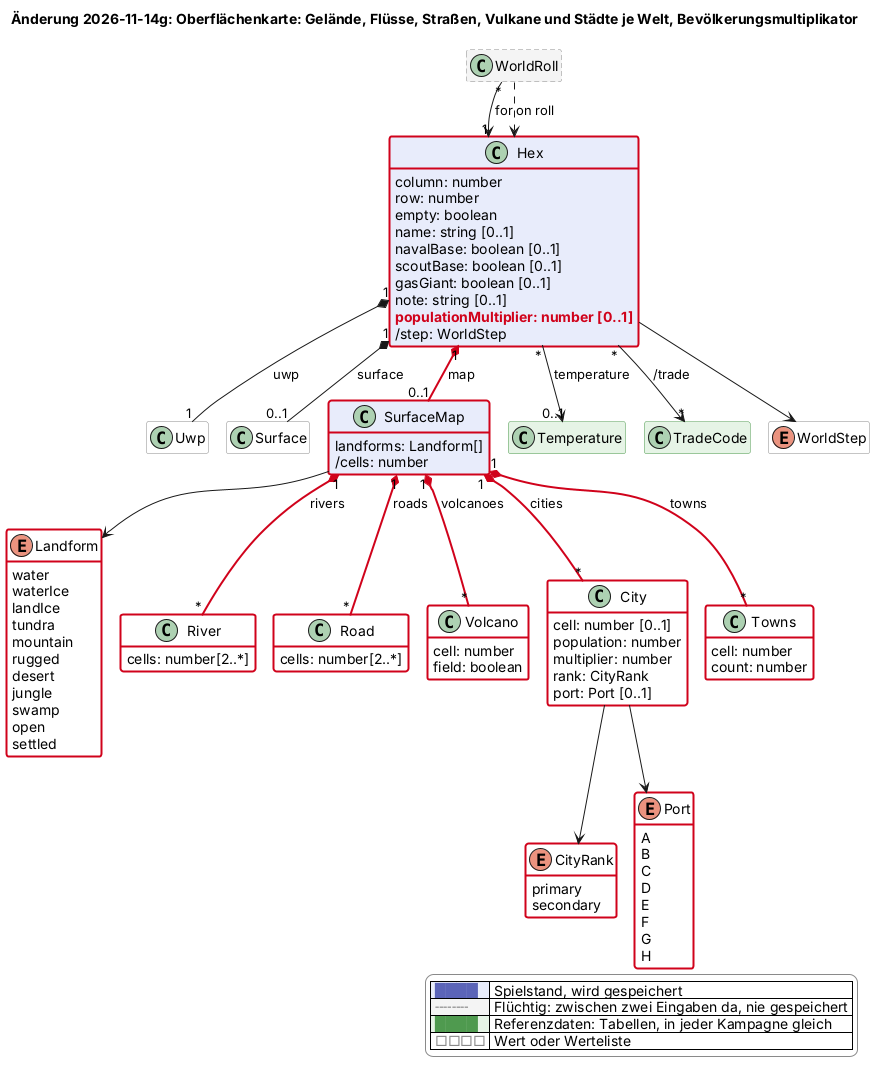
Before: docs/changes/2026-11-14-oberflaechenkarte.png, a diagram exported from PlantUML (scuzzar/SRE).
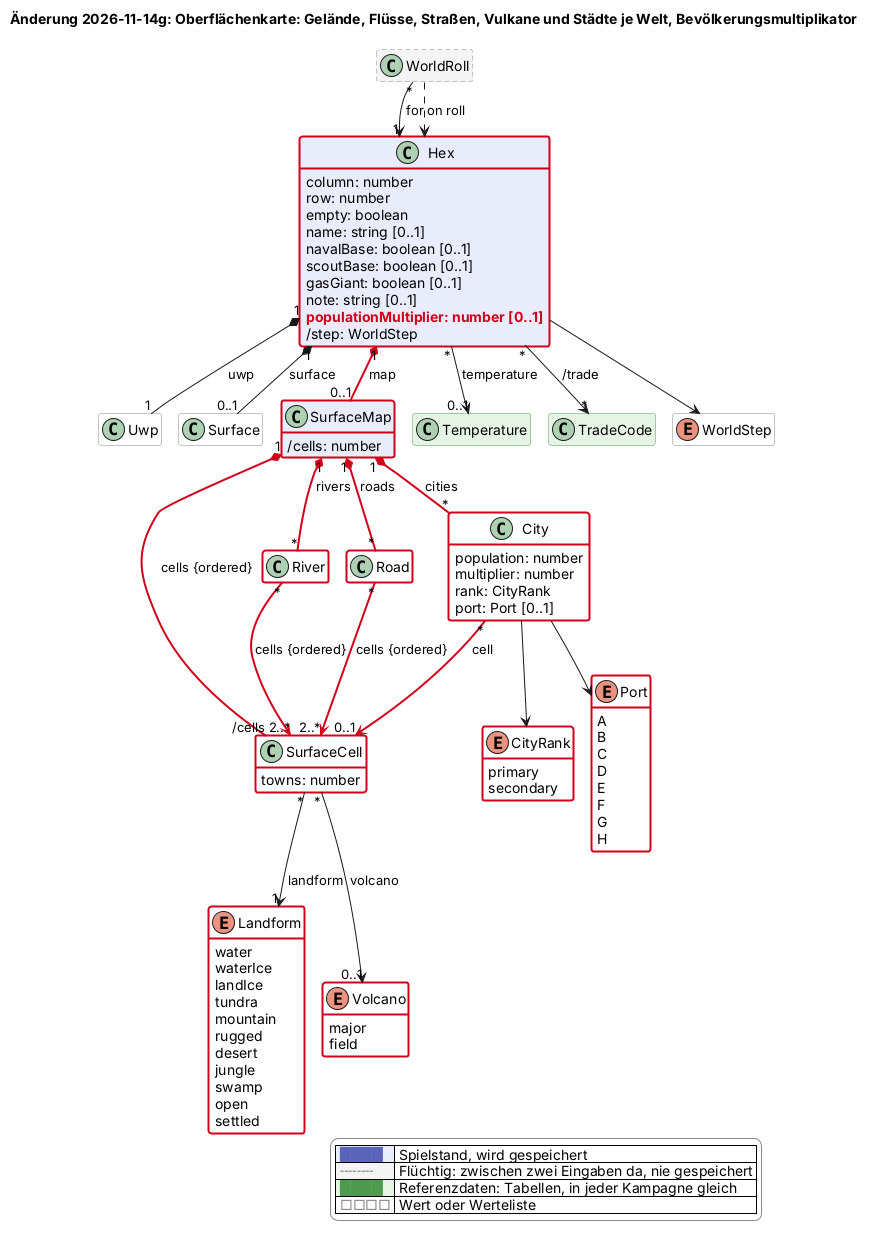
After the change.

Diff of the diagram source:
```diff
@@ -89,8 +89,10 @@
 
   class Surface <<value>> $sektor
   class SurfaceMap $oberflaeche $newClass("2026-11-14g") {
-    landforms: Landform[]
     /cells: number
+  }
+  class SurfaceCell <<value>> $oberflaeche $newClass("2026-11-14g") {
+    towns: number
   }
   enum Landform <<value>> $oberflaeche $newClass("2026-11-14g") {
     water
@@ -106,17 +108,14 @@
     settled
   }
   class River <<value>> $oberflaeche $newClass("2026-11-14g") {
-    cells: number[2..*]
   }
   class Road <<value>> $oberflaeche $newClass("2026-11-14g") {
-    cells: number[2..*]
   }
-  class Volcano <<value>> $oberflaeche $newClass("2026-11-14g") {
-    cell: number
-    field: boolean
+  enum Volcano <<value>> $oberflaeche $newClass("2026-11-14g") {
+    major
+    field
   }
   class City <<value>> $oberflaeche $newClass("2026-11-14g") {
-    cell: number [0..1]
     population: number
     multiplier: number
     rank: CityRank
@@ -136,10 +135,6 @@
     G
     H
   }
-  class Towns <<value>> $oberflaeche $newClass("2026-11-14g") {
-    cell: number
-    count: number
-  }
   class Temperature <<reference>> $sektor
   class TradeCode <<reference>> $sektor
   enum WorldStep <<value>> $sektor
@@ -156,12 +151,15 @@
 Hex "*" --> "0..1" Temperature : temperature
 Hex "1" *-- "0..1" Surface : surface
 Hex "1" *-$newArrow("2026-11-14g")- "0..1" SurfaceMap : map
-SurfaceMap --> Landform
+SurfaceMap "1" *-$newArrow("2026-11-14g")- "/cells" SurfaceCell : cells {ordered}
+SurfaceCell "*" --> "1" Landform : landform
+SurfaceCell "*" --> "0..1" Volcano : volcano
 SurfaceMap "1" *-$newArrow("2026-11-14g")- "*" River : rivers
 SurfaceMap "1" *-$newArrow("2026-11-14g")- "*" Road : roads
-SurfaceMap "1" *-$newArrow("2026-11-14g")- "*" Volcano : volcanoes
 SurfaceMap "1" *-$newArrow("2026-11-14g")- "*" City : cities
-SurfaceMap "1" *-$newArrow("2026-11-14g")- "*" Towns : towns
+River "*" -$newArrow("2026-11-14g")-> "2..*" SurfaceCell : cells {ordered}
+Road "*" -$newArrow("2026-11-14g")-> "2..*" SurfaceCell : cells {ordered}
+City "*" -$newArrow("2026-11-14g")-> "0..1" SurfaceCell : cell
 City --> CityRank
 City --> Port
 
```
